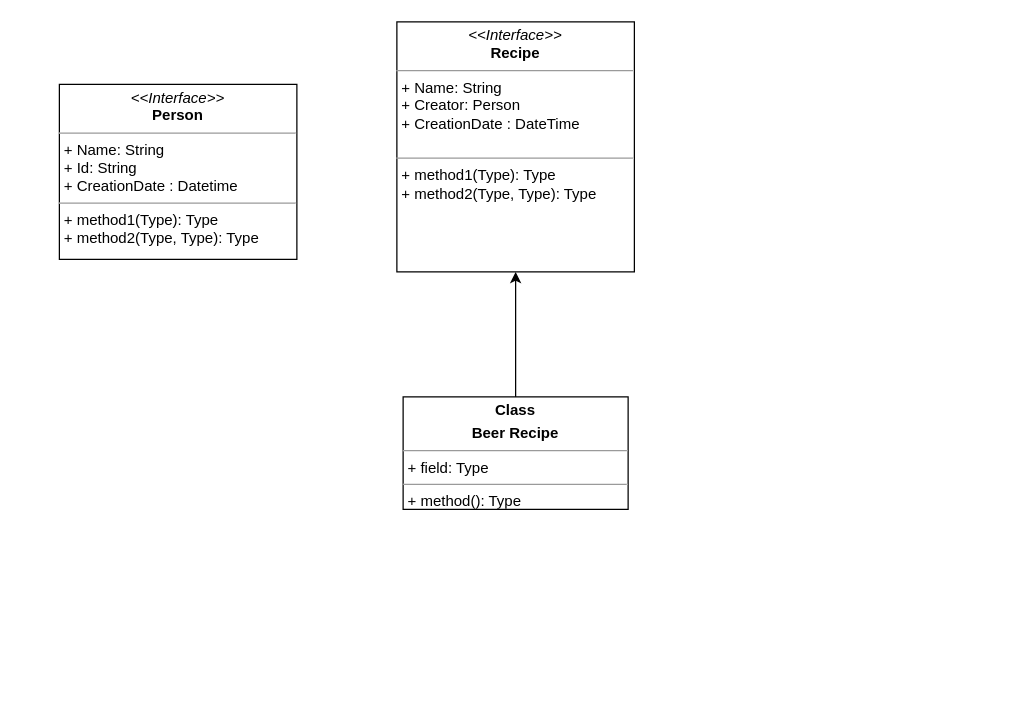
Above: page "Core Entities" (1 of 4) of Entities/Beer Brewing Entities.drawio in jerryodom/BeerArchitecture (draw.io), before the change. Source tidied: cells renumbered, new cells numbered last; positions are measured from the earlier drawing's top-left corner, leaving out a move shared by most shapes. Both pictures are drawn from the tidied source at 125%, with x=0, y=0 at pixel (59, 21).
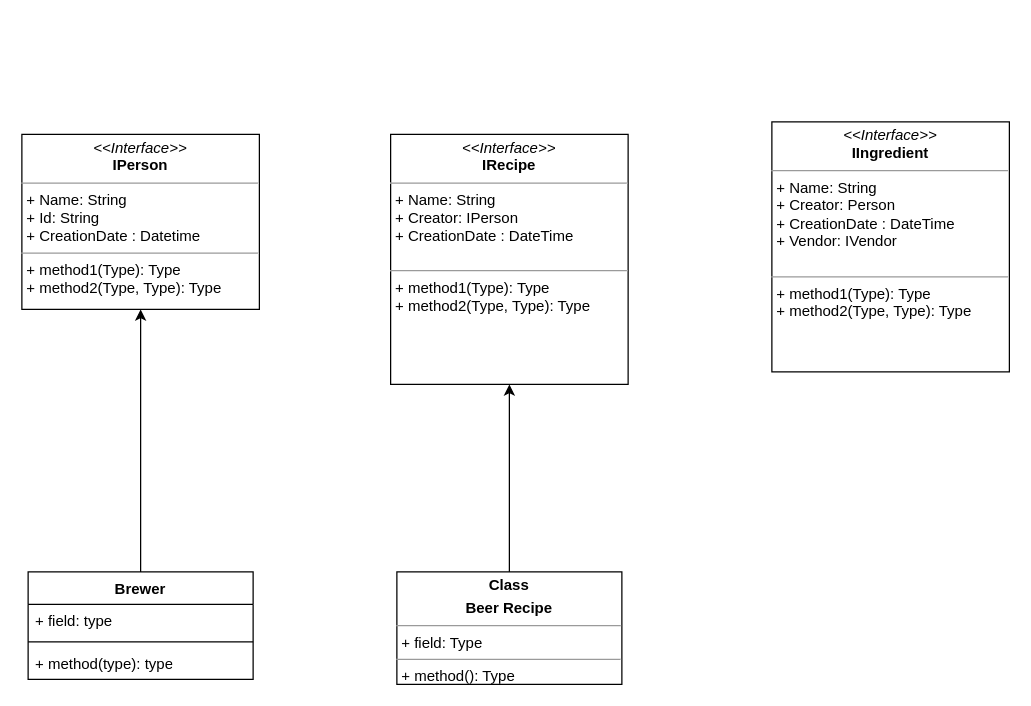
After the change.

What changed in the source:
```diff
@@
 <mxGraphModel>
   <root>
     <mxCell id="0" />
     <mxCell id="1" parent="0" />
-    <mxCell id="2" value="&lt;p style=&quot;margin:0px;margin-top:4px;text-align:center;&quot;&gt;&lt;i&gt;&amp;lt;&amp;lt;Interface&amp;gt;&amp;gt;&lt;/i&gt;&lt;br&gt;&lt;b&gt;Recipe&lt;/b&gt;&lt;/p&gt;&lt;hr size=&quot;1&quot;&gt;&lt;p style=&quot;margin:0px;margin-left:4px;&quot;&gt;+ Name: String&lt;br&gt;+ Creator: Person&lt;/p&gt;&lt;p style=&quot;margin:0px;margin-left:4px;&quot;&gt;+ CreationDate : DateTime&lt;/p&gt;&lt;p style=&quot;margin:0px;margin-left:4px;&quot;&gt;&lt;br&gt;&lt;/p&gt;&lt;hr size=&quot;1&quot;&gt;&lt;p style=&quot;margin:0px;margin-left:4px;&quot;&gt;+ method1(Type): Type&lt;br&gt;+ method2(Type, Type): Type&lt;/p&gt;" style="verticalAlign=top;align=left;overflow=fill;fontSize=12;fontFamily=Helvetica;html=1;whiteSpace=wrap;" parent="1" vertex="1">
-      <mxGeometry x="270" width="190" height="200" as="geometry" />
+    <mxCell id="2" value="&lt;p style=&quot;margin:0px;margin-top:4px;text-align:center;&quot;&gt;&lt;i&gt;&amp;lt;&amp;lt;Interface&amp;gt;&amp;gt;&lt;/i&gt;&lt;br&gt;&lt;b&gt;IRecipe&lt;/b&gt;&lt;/p&gt;&lt;hr size=&quot;1&quot;&gt;&lt;p style=&quot;margin:0px;margin-left:4px;&quot;&gt;+ Name: String&lt;br&gt;+ Creator: IPerson&lt;/p&gt;&lt;p style=&quot;margin:0px;margin-left:4px;&quot;&gt;+ CreationDate : DateTime&lt;/p&gt;&lt;p style=&quot;margin:0px;margin-left:4px;&quot;&gt;&lt;br&gt;&lt;/p&gt;&lt;hr size=&quot;1&quot;&gt;&lt;p style=&quot;margin:0px;margin-left:4px;&quot;&gt;+ method1(Type): Type&lt;br&gt;+ method2(Type, Type): Type&lt;/p&gt;" style="verticalAlign=top;align=left;overflow=fill;fontSize=12;fontFamily=Helvetica;html=1;whiteSpace=wrap;" parent="1" vertex="1">
+      <mxGeometry x="265" y="90" width="190" height="200" as="geometry" />
     </mxCell>
     <mxCell id="3" style="edgeStyle=orthogonalEdgeStyle;rounded=0;jettySize=auto;html=1;entryX=0.5;entryY=1;entryDx=0;entryDy=0;" parent="1" edge="1" source="4" target="2">
       <mxGeometry relative="1" as="geometry" />
     </mxCell>
     <mxCell id="4" value="&lt;p style=&quot;margin:0px;margin-top:4px;text-align:center;&quot;&gt;&lt;b&gt;Class&lt;/b&gt;&lt;/p&gt;&lt;p style=&quot;margin:0px;margin-top:4px;text-align:center;&quot;&gt;&lt;b&gt;Beer Recipe&lt;/b&gt;&lt;/p&gt;&lt;hr size=&quot;1&quot;&gt;&lt;p style=&quot;margin:0px;margin-left:4px;&quot;&gt;+ field: Type&lt;/p&gt;&lt;hr size=&quot;1&quot;&gt;&lt;p style=&quot;margin:0px;margin-left:4px;&quot;&gt;+ method(): Type&lt;/p&gt;" style="verticalAlign=top;align=left;overflow=fill;fontSize=12;fontFamily=Helvetica;html=1;whiteSpace=wrap;" parent="1" vertex="1">
-      <mxGeometry x="275" y="300" width="180" height="90" as="geometry" />
+      <mxGeometry x="270" y="440" width="180" height="90" as="geometry" />
     </mxCell>
-    <mxCell id="5" value="&lt;p style=&quot;margin:0px;margin-top:4px;text-align:center;&quot;&gt;&lt;i&gt;&amp;lt;&amp;lt;Interface&amp;gt;&amp;gt;&lt;/i&gt;&lt;br&gt;&lt;b&gt;Person&lt;/b&gt;&lt;/p&gt;&lt;hr size=&quot;1&quot;&gt;&lt;p style=&quot;margin:0px;margin-left:4px;&quot;&gt;+ Name: String&lt;br&gt;+ Id: String&lt;/p&gt;&lt;p style=&quot;margin:0px;margin-left:4px;&quot;&gt;+ CreationDate : Datetime&lt;/p&gt;&lt;hr size=&quot;1&quot;&gt;&lt;p style=&quot;margin:0px;margin-left:4px;&quot;&gt;+ method1(Type): Type&lt;br&gt;+ method2(Type, Type): Type&lt;/p&gt;" style="verticalAlign=top;align=left;overflow=fill;fontSize=12;fontFamily=Helvetica;html=1;whiteSpace=wrap;" parent="1" vertex="1">
-      <mxGeometry y="50" width="190" height="140" as="geometry" />
+    <mxCell id="5" value="&lt;p style=&quot;margin:0px;margin-top:4px;text-align:center;&quot;&gt;&lt;i&gt;&amp;lt;&amp;lt;Interface&amp;gt;&amp;gt;&lt;/i&gt;&lt;br&gt;&lt;b&gt;IPerson&lt;/b&gt;&lt;/p&gt;&lt;hr size=&quot;1&quot;&gt;&lt;p style=&quot;margin:0px;margin-left:4px;&quot;&gt;+ Name: String&lt;br&gt;+ Id: String&lt;/p&gt;&lt;p style=&quot;margin:0px;margin-left:4px;&quot;&gt;+ CreationDate : Datetime&lt;/p&gt;&lt;hr size=&quot;1&quot;&gt;&lt;p style=&quot;margin:0px;margin-left:4px;&quot;&gt;+ method1(Type): Type&lt;br&gt;+ method2(Type, Type): Type&lt;/p&gt;" style="verticalAlign=top;align=left;overflow=fill;fontSize=12;fontFamily=Helvetica;html=1;whiteSpace=wrap;" parent="1" vertex="1">
+      <mxGeometry x="-30" y="90" width="190" height="140" as="geometry" />
     </mxCell>
+    <mxCell id="6" style="edgeStyle=orthogonalEdgeStyle;rounded=0;jettySize=auto;html=1;entryX=0.5;entryY=1;entryDx=0;entryDy=0;" parent="1" edge="1" source="7" target="5">
+      <mxGeometry relative="1" as="geometry" />
+    </mxCell>
+    <mxCell id="7" value="Brewer" style="swimlane;fontStyle=1;align=center;verticalAlign=top;horizontal=1;startSize=26;whiteSpace=wrap;html=1;" parent="1" vertex="1">
+      <mxGeometry x="-25" y="440" width="180" height="86" as="geometry" />
+    </mxCell>
+    <mxCell id="8" value="+ field: type" style="text;strokeColor=none;fillColor=none;align=left;verticalAlign=top;spacingLeft=4;spacingRight=4;overflow=hidden;whiteSpace=wrap;html=1;" parent="7" vertex="1">
+      <mxGeometry y="26" width="180" height="26" as="geometry" />
+    </mxCell>
+    <mxCell id="9" style="line;strokeWidth=1;fillColor=none;align=left;verticalAlign=middle;spacingTop=-1;spacingLeft=3;spacingRight=3;labelPosition=right;strokeColor=inherit;" parent="7" vertex="1">
+      <mxGeometry y="52" width="180" height="8" as="geometry" />
+    </mxCell>
+    <mxCell id="10" value="+ method(type): type" style="text;strokeColor=none;fillColor=none;align=left;verticalAlign=top;spacingLeft=4;spacingRight=4;overflow=hidden;whiteSpace=wrap;html=1;" parent="7" vertex="1">
+      <mxGeometry y="60" width="180" height="26" as="geometry" />
+    </mxCell>
+    <mxCell id="11" value="&lt;p style=&quot;margin:0px;margin-top:4px;text-align:center;&quot;&gt;&lt;i&gt;&amp;lt;&amp;lt;Interface&amp;gt;&amp;gt;&lt;/i&gt;&lt;br&gt;&lt;b&gt;IIngredient&lt;/b&gt;&lt;/p&gt;&lt;hr size=&quot;1&quot;&gt;&lt;p style=&quot;margin:0px;margin-left:4px;&quot;&gt;+ Name: String&lt;br&gt;+ Creator: Person&lt;/p&gt;&lt;p style=&quot;margin:0px;margin-left:4px;&quot;&gt;&lt;span style=&quot;background-color: initial;&quot;&gt;+ CreationDate : DateTime&lt;/span&gt;&lt;br&gt;&lt;/p&gt;&lt;p style=&quot;margin:0px;margin-left:4px;&quot;&gt;+ Vendor: IVendor&lt;/p&gt;&lt;p style=&quot;margin:0px;margin-left:4px;&quot;&gt;&lt;br&gt;&lt;/p&gt;&lt;hr size=&quot;1&quot;&gt;&lt;p style=&quot;margin:0px;margin-left:4px;&quot;&gt;+ method1(Type): Type&lt;br&gt;+ method2(Type, Type): Type&lt;/p&gt;" style="verticalAlign=top;align=left;overflow=fill;fontSize=12;fontFamily=Helvetica;html=1;whiteSpace=wrap;" parent="1" vertex="1">
+      <mxGeometry x="570" y="80" width="190" height="200" as="geometry" />
+    </mxCell>
   </root>
 </mxGraphModel>
```
